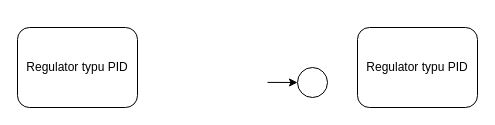
froxec/AdaptiveDroneLegacy keeps this draw.io diagram as images/struktury_sterowania.drawio. Above is the earlier version. Source tidied: cells renumbered, new cells numbered last; positions are measured from the earlier drawing's top-left corner, leaving out a move shared by most shapes. Both pictures are drawn from the tidied source at 100%, with x=0, y=0 at pixel (17, 27).
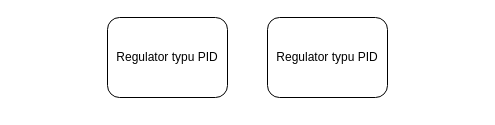
The same diagram, later.

The edit, as a diff of the source:
```diff
@@
 <mxGraphModel>
   <root>
     <mxCell id="0" />
     <mxCell id="1" parent="0" />
-    <mxCell id="2" style="endArrow=classic;html=1;rounded=0;" parent="1" edge="1">
-      <mxGeometry relative="1" as="geometry">
-        <mxPoint x="250" y="54.9" as="sourcePoint" />
-        <mxPoint x="280" y="55" as="targetPoint" />
-      </mxGeometry>
-    </mxCell>
-    <mxCell id="3" value="&lt;div&gt;Regulator typu PID&lt;br&gt;&lt;/div&gt;" style="rounded=1;whiteSpace=wrap;html=1;" parent="1" vertex="1">
-      <mxGeometry width="120" height="80" as="geometry" />
-    </mxCell>
-    <mxCell id="4" style="ellipse;whiteSpace=wrap;html=1;" parent="1" vertex="1">
-      <mxGeometry x="280" y="40" width="30" height="30" as="geometry" />
-    </mxCell>
-    <mxCell id="5" value="Regulator typu PID" style="rounded=1;whiteSpace=wrap;html=1;" parent="1" vertex="1">
-      <mxGeometry x="340" width="120" height="80" as="geometry" />
-    </mxCell>
+    <mxCell id="6" value="&lt;div&gt;Regulator typu PID&lt;/div&gt;" style="rounded=1;whiteSpace=wrap;html=1;fontFamily=Arial;" parent="1" vertex="1">
+      <mxGeometry x="90" y="-10" width="120" height="80" as="geometry" />
+    </mxCell>
+    <mxCell id="7" value="&lt;div&gt;Regulator typu PID&lt;/div&gt;" style="rounded=1;whiteSpace=wrap;html=1;fontFamily=Arial;" parent="1" vertex="1">
+      <mxGeometry x="250" y="-10" width="120" height="80" as="geometry" />
+    </mxCell>
   </root>
 </mxGraphModel>
```
